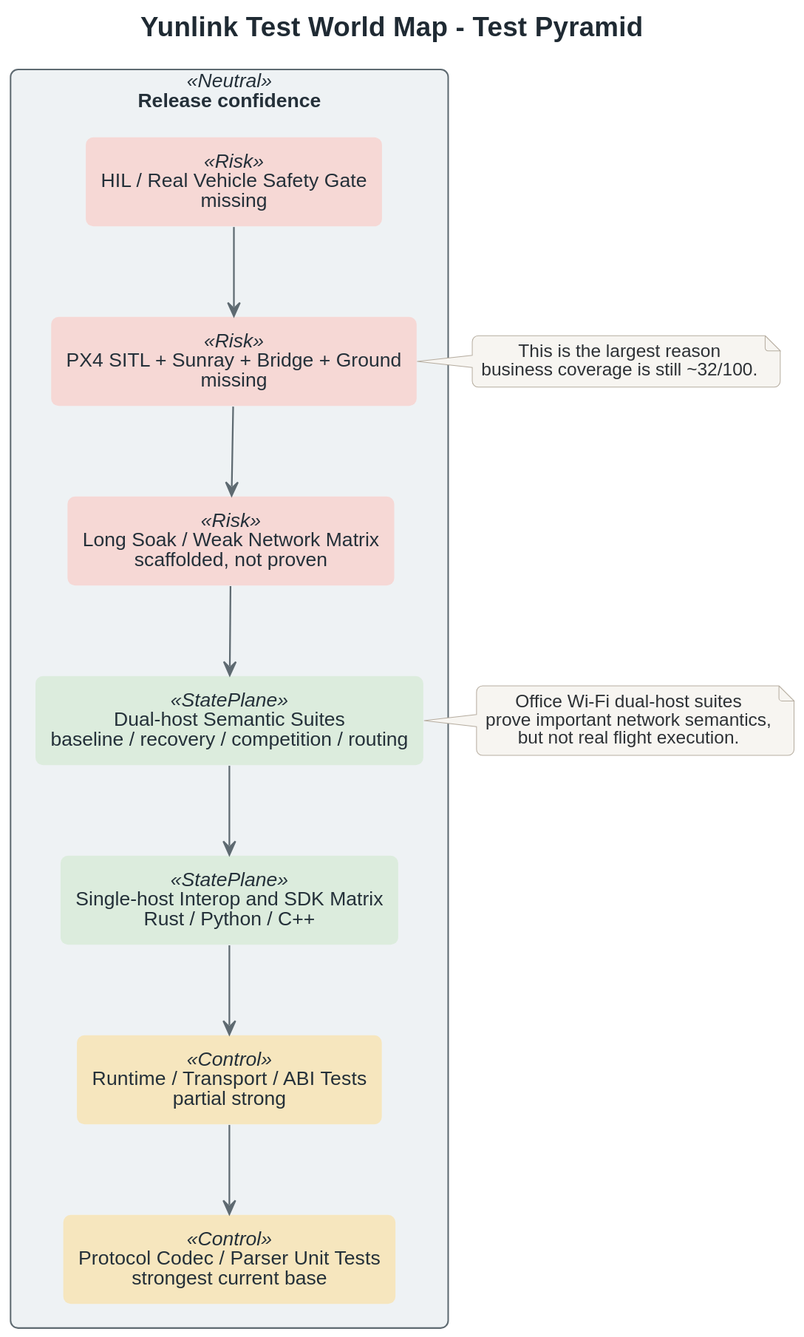
Above: docs/diagrams/plantuml/svg/test_world_map_pyramid.svg in YunDrone-Team/yunlink (PlantUML), before the change. Its diagram source:
```plantuml
@startuml
skinparamlocked backgroundColor white
!include _yunlink_protocol_theme.iuml
title Yunlink Test World Map - Test Pyramid

rectangle "Release confidence" <<Neutral>> {
  rectangle "HIL / Real Vehicle Safety Gate\nmissing" as L6 <<Risk>>
  rectangle "PX4 SITL + Sunray + Bridge + Ground\nmissing" as L5 <<Risk>>
  rectangle "Long Soak / Weak Network Matrix\nscaffolded, not proven" as L4 <<Risk>>
  rectangle "Dual-host Semantic Suites\nbaseline / recovery / competition / routing" as L3 <<StatePlane>>
  rectangle "Single-host Interop and SDK Matrix\nRust / Python / C++" as L2 <<StatePlane>>
  rectangle "Runtime / Transport / ABI Tests\npartial strong" as L1 <<Control>>
  rectangle "Protocol Codec / Parser Unit Tests\nstrongest current base" as L0 <<Control>>
}

L6 -down-> L5
L5 -down-> L4
L4 -down-> L3
L3 -down-> L2
L2 -down-> L1
L1 -down-> L0

note right of L5
This is the largest reason
business coverage is still ~32/100.
end note

note left of L3
Office Wi-Fi dual-host suites
prove important network semantics,
but not real flight execution.
end note
@enduml
```
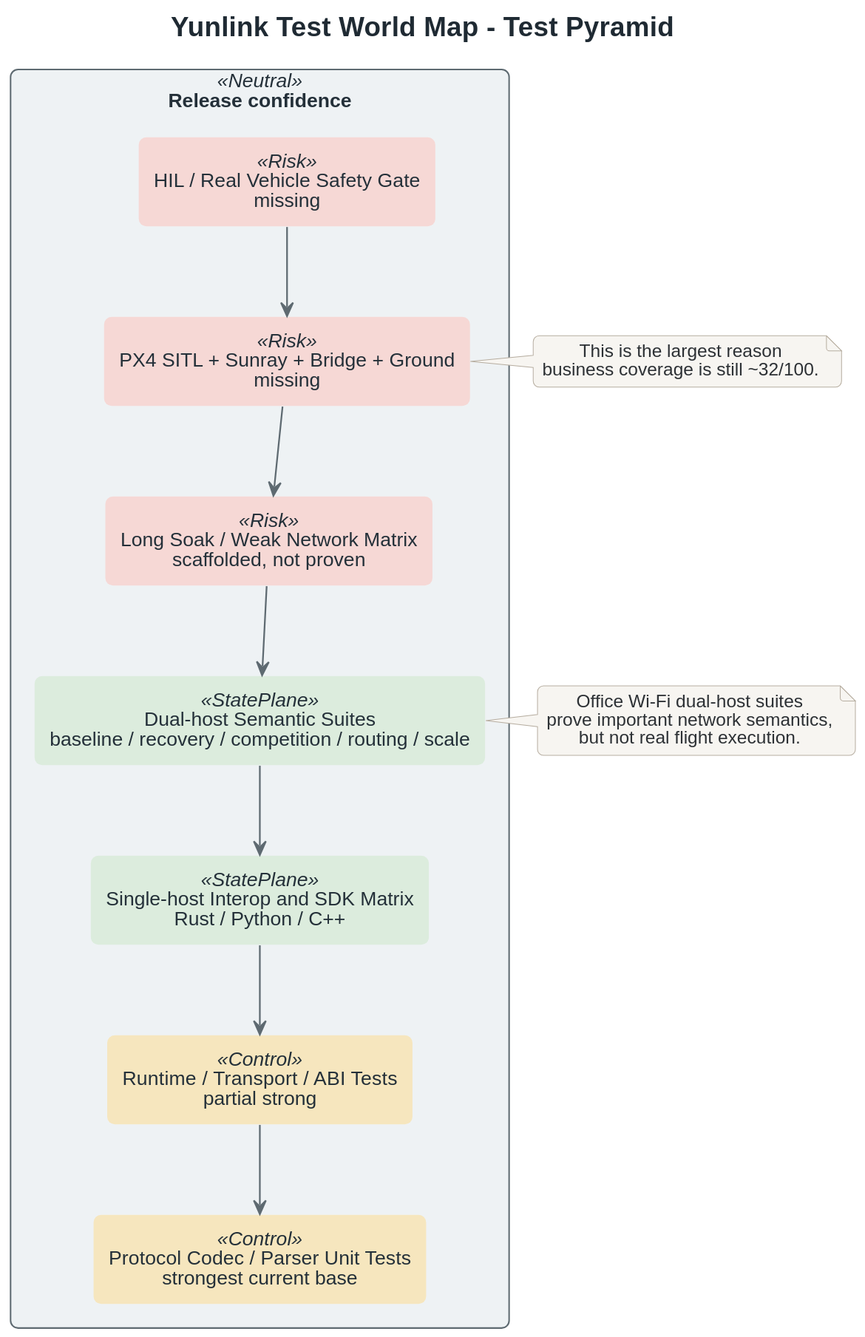
After the change.

What changed in the source:
```diff
@@ -7,7 +7,7 @@
   rectangle "HIL / Real Vehicle Safety Gate\nmissing" as L6 <<Risk>>
   rectangle "PX4 SITL + Sunray + Bridge + Ground\nmissing" as L5 <<Risk>>
   rectangle "Long Soak / Weak Network Matrix\nscaffolded, not proven" as L4 <<Risk>>
-  rectangle "Dual-host Semantic Suites\nbaseline / recovery / competition / routing" as L3 <<StatePlane>>
+  rectangle "Dual-host Semantic Suites\nbaseline / recovery / competition / routing / scale" as L3 <<StatePlane>>
   rectangle "Single-host Interop and SDK Matrix\nRust / Python / C++" as L2 <<StatePlane>>
   rectangle "Runtime / Transport / ABI Tests\npartial strong" as L1 <<Control>>
   rectangle "Protocol Codec / Parser Unit Tests\nstrongest current base" as L0 <<Control>>
```
